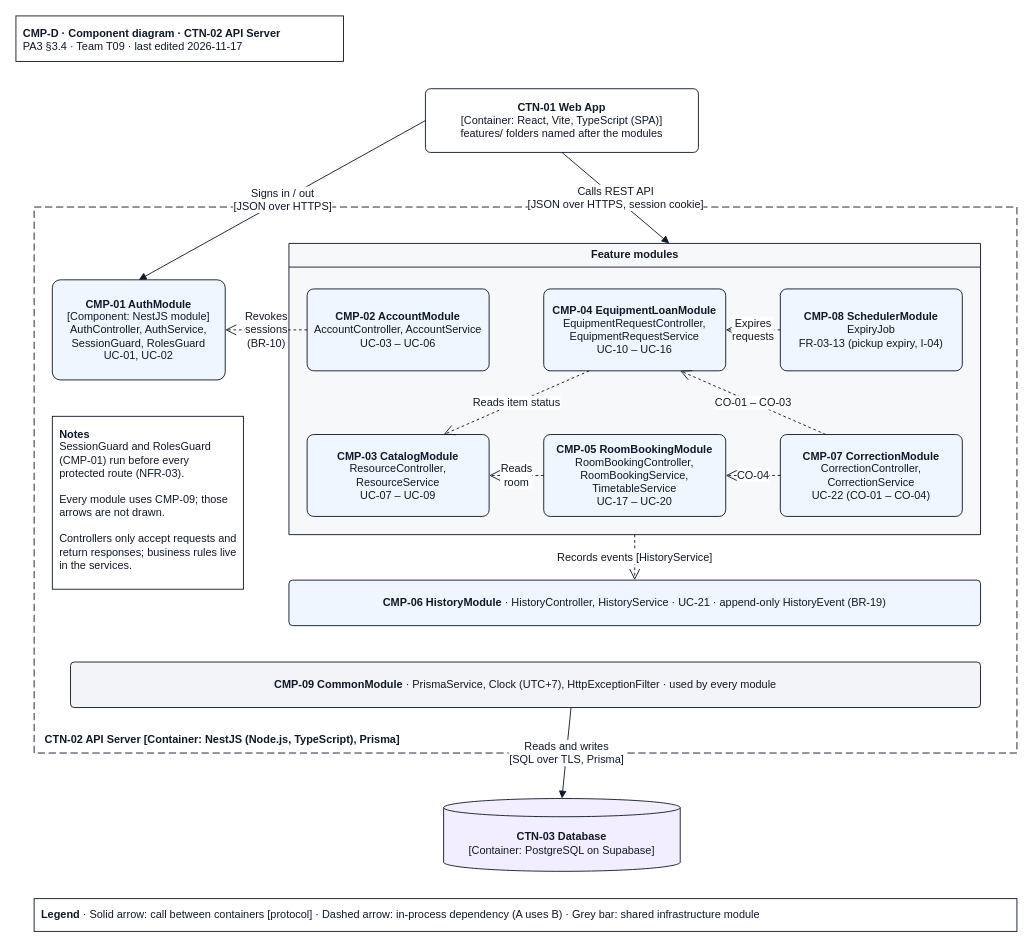
Before: docs/design/diagrams/CMP-D_component.drawio in JuliaTrang/T09-CampusBorrow, a draw.io diagram. Source tidied: cells renumbered, new cells numbered last; positions are measured from the earlier drawing's top-left corner, leaving out a move shared by most shapes. Both pictures are drawn from the tidied source at 91%, with x=0, y=0 at pixel (15, 15).
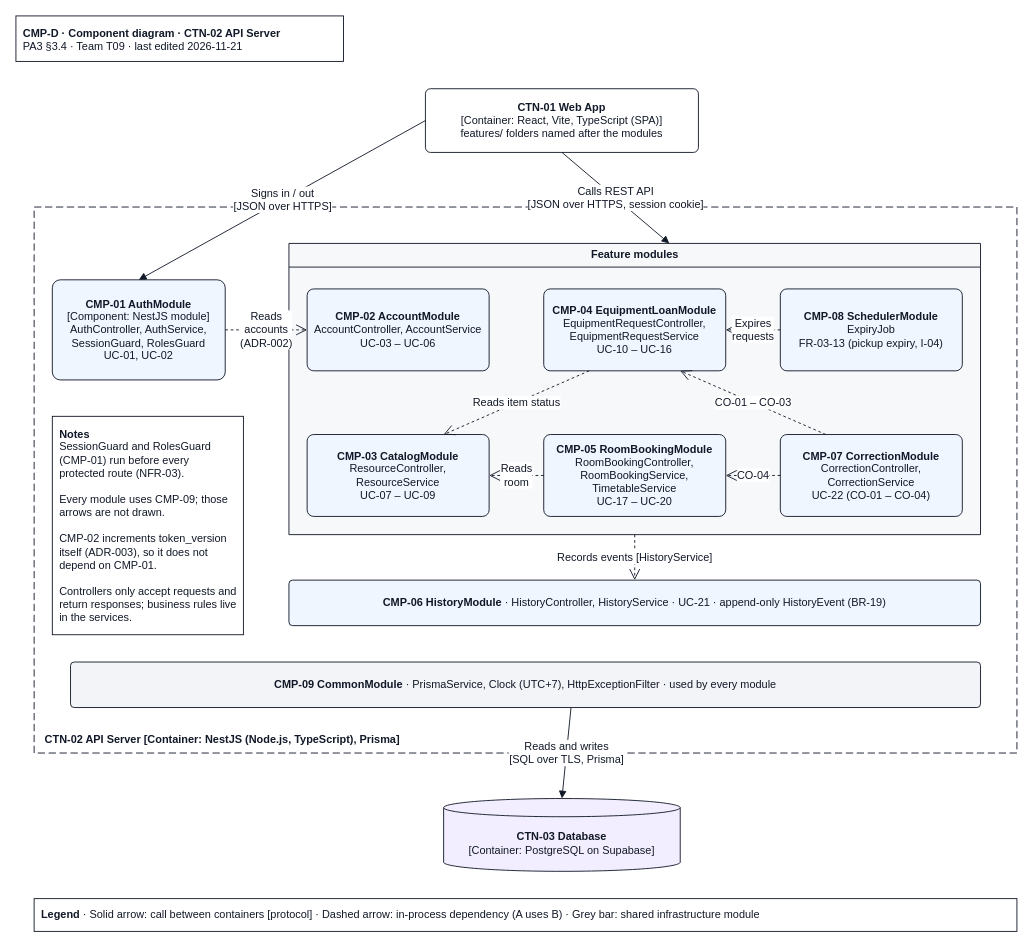
The same diagram, later.

Unchanged cells that the change refers to:
```xml
<mxCell id="4" value="CTN-02 API Server [Container: NestJS (Node.js, TypeScript), Prisma]" style="rounded=0;whiteSpace=wrap;html=1;dashed=1;dashPattern=8 4;fillColor=none;strokeColor=#111827;fontFamily=Arial;fontSize=12;fontStyle=1;fontColor=#111827;verticalAlign=bottom;align=left;spacingLeft=10;spacingBottom=6;" parent="1" vertex="1">
  <mxGeometry x="20" y="210" width="1080" height="600" as="geometry" />
</mxCell>
<mxCell id="5" value="&lt;b&gt;CMP-01 AuthModule&lt;/b&gt;&lt;br&gt;[Component: NestJS module]&lt;br&gt;AuthController, AuthService, SessionGuard, RolesGuard&lt;br&gt;UC-01, UC-02" style="rounded=1;arcSize=8;whiteSpace=wrap;html=1;fontFamily=Arial;fontSize=12;fillColor=#EFF6FF;strokeColor=#111827;fontColor=#111827;" parent="4" vertex="1">
  <mxGeometry x="20" y="80" width="190" height="110" as="geometry" />
</mxCell>
<mxCell id="8" value="&lt;b&gt;CMP-02 AccountModule&lt;/b&gt;&lt;br&gt;AccountController, AccountService&lt;br&gt;UC-03 – UC-06" style="rounded=1;arcSize=8;whiteSpace=wrap;html=1;fontFamily=Arial;fontSize=12;fillColor=#EFF6FF;strokeColor=#111827;fontColor=#111827;" parent="7" vertex="1">
  <mxGeometry x="20" y="50" width="200" height="90" as="geometry" />
</mxCell>
```

Change to the diagram source:
```diff
@@
-    <mxCell id="2" value="&lt;b&gt;CMP-D · Component diagram · CTN-02 API Server&lt;/b&gt;&lt;br&gt;PA3 §3.4 · Team T09 · last edited 2026-11-17" style="text;html=1;align=left;verticalAlign=top;fontFamily=Arial;fontSize=12;fontColor=#111827;strokeColor=#111827;fillColor=#FFFFFF;spacing=8;" parent="1" vertex="1">
+    <mxCell id="2" value="&lt;b&gt;CMP-D · Component diagram · CTN-02 API Server&lt;/b&gt;&lt;br&gt;PA3 §3.4 · Team T09 · last edited 2026-11-21" style="text;html=1;align=left;verticalAlign=top;fontFamily=Arial;fontSize=12;fontColor=#111827;strokeColor=#111827;fillColor=#FFFFFF;spacing=8;" parent="1" vertex="1">
       <mxGeometry width="360" height="50" as="geometry" />
     </mxCell>
@@
-    <mxCell id="6" value="&lt;b&gt;Notes&lt;/b&gt;&lt;br&gt;SessionGuard and RolesGuard (CMP-01) run before every protected route (NFR-03).&lt;br&gt;&lt;br&gt;Every module uses CMP-09; those arrows are not drawn.&lt;br&gt;&lt;br&gt;Controllers only accept requests and return responses; business rules live in the services." style="text;html=1;align=left;verticalAlign=top;whiteSpace=wrap;fontFamily=Arial;fontSize=12;fontColor=#111827;strokeColor=#111827;fillColor=#FFFFFF;spacing=8;" parent="4" vertex="1">
-      <mxGeometry x="20" y="230" width="210" height="190" as="geometry" />
+    <mxCell id="6" value="&lt;b&gt;Notes&lt;/b&gt;&lt;br&gt;SessionGuard and RolesGuard (CMP-01) run before every protected route (NFR-03).&lt;br&gt;&lt;br&gt;Every module uses CMP-09; those arrows are not drawn.&lt;br&gt;&lt;br&gt;CMP-02 increments token_version itself (ADR-003), so it does not depend on CMP-01.&lt;br&gt;&lt;br&gt;Controllers only accept requests and return responses; business rules live in the services." style="text;html=1;align=left;verticalAlign=top;whiteSpace=wrap;fontFamily=Arial;fontSize=12;fontColor=#111827;strokeColor=#111827;fillColor=#FFFFFF;spacing=8;" parent="4" vertex="1">
+      <mxGeometry x="20" y="230" width="210" height="240" as="geometry" />
     </mxCell>
@@
-    <mxCell id="19" value="Revokes&lt;br&gt;sessions&lt;br&gt;(BR-10)" style="html=1;strokeColor=#111827;fontFamily=Arial;fontSize=12;fontColor=#111827;endArrow=open;endSize=10;dashed=1;labelBackgroundColor=#FFFFFF;exitX=0;exitY=0.5;entryX=1;entryY=0.5;" parent="4" edge="1" source="8" target="5">
+    <mxCell id="19" value="Reads&lt;br&gt;accounts&lt;br&gt;(ADR-002)" style="html=1;strokeColor=#111827;fontFamily=Arial;fontSize=12;fontColor=#111827;endArrow=open;endSize=10;dashed=1;labelBackgroundColor=#FFFFFF;exitX=1;exitY=0.5;entryX=0;entryY=0.5;" parent="4" edge="1" source="5" target="8">
       <mxGeometry relative="1" as="geometry" />
     </mxCell>
```
